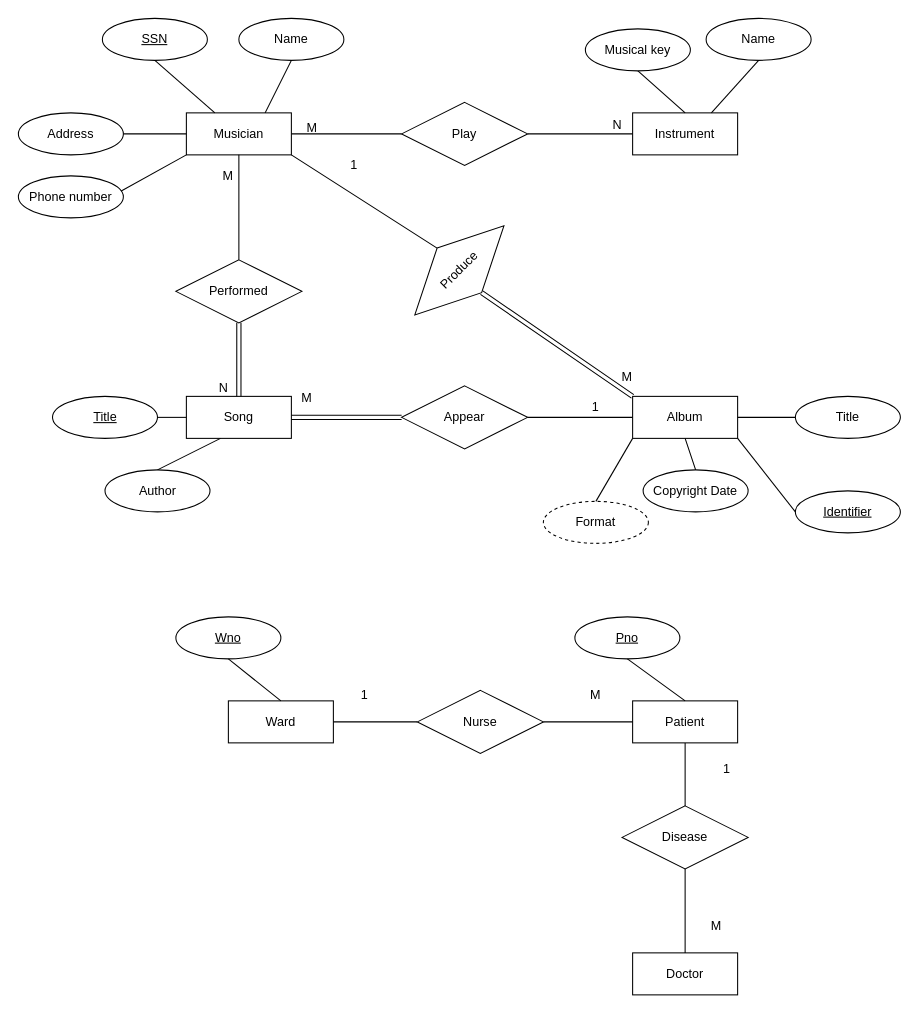
Before: Untitled Diagram.drawio in jaosn0412/SimpleColorGame, a draw.io diagram. Source tidied: cells renumbered, new cells numbered last; positions are measured from the earlier drawing's top-left corner, leaving out a move shared by most shapes. Both pictures are drawn from the tidied source at 105%, with x=0, y=0 at pixel (18, 18).
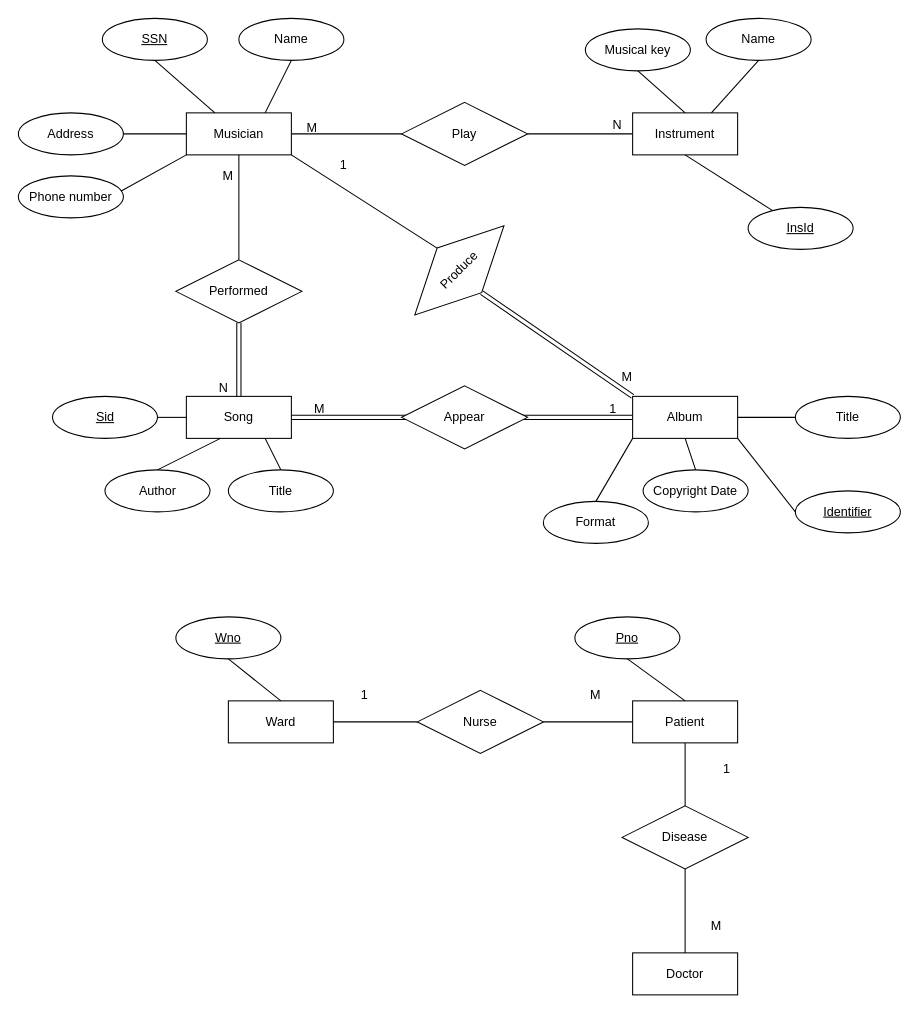
Above is the later version.

The change refers to these unchanged cells:
```xml
<mxCell id="27" value="Instrument" style="whiteSpace=wrap;html=1;align=center;" parent="1" vertex="1">
  <mxGeometry x="585" y="90" width="100" height="40" as="geometry" />
</mxCell>
<mxCell id="30" value="Album" style="whiteSpace=wrap;html=1;align=center;" parent="1" vertex="1">
  <mxGeometry x="585" y="360" width="100" height="40" as="geometry" />
</mxCell>
<mxCell id="39" value="Song" style="whiteSpace=wrap;html=1;align=center;" parent="1" vertex="1">
  <mxGeometry x="160" y="360" width="100" height="40" as="geometry" />
</mxCell>
```

What changed in the source:
```diff
@@
-    <mxCell id="37" value="Format" style="ellipse;whiteSpace=wrap;html=1;align=center;dashed=1;" parent="1" vertex="1">
-      <mxGeometry x="500" y="460" width="100" height="40" as="geometry" />
-    </mxCell>
-    <mxCell id="38" style="endArrow=none;html=1;exitX=0;exitY=1;exitDx=0;exitDy=0;entryX=0.5;entryY=0;entryDx=0;entryDy=0;" parent="1" edge="1" source="30" target="37">
-      <mxGeometry relative="1" as="geometry" />
+    <mxCell id="38" style="endArrow=none;html=1;exitX=0;exitY=1;exitDx=0;exitDy=0;entryX=0.5;entryY=0;entryDx=0;entryDy=0;" parent="1" edge="1" source="30">
+      <mxGeometry relative="1" as="geometry">
+        <mxPoint x="550" y="460" as="targetPoint" />
+      </mxGeometry>
     </mxCell>
@@
-    <mxCell id="40" value="Title" style="ellipse;whiteSpace=wrap;html=1;align=center;fontStyle=4;" parent="1" vertex="1">
+    <mxCell id="40" value="Sid" style="ellipse;whiteSpace=wrap;html=1;align=center;fontStyle=4;" parent="1" vertex="1">
       <mxGeometry x="32.5" y="360" width="100" height="40" as="geometry" />
     </mxCell>
@@
-    <mxCell id="47" value="Appear" style="shape=rhombus;perimeter=rhombusPerimeter;whiteSpace=wrap;html=1;align=center;" parent="1" vertex="1">
-      <mxGeometry x="365" y="350" width="120" height="60" as="geometry" />
-    </mxCell>
-    <mxCell id="48" value="1" style="text;html=1;strokeColor=none;fillColor=none;align=center;verticalAlign=middle;whiteSpace=wrap;rounded=0;" parent="1" vertex="1">
-      <mxGeometry x="530" y="360" width="40" height="20" as="geometry" />
-    </mxCell>
-    <mxCell id="49" style="endArrow=none;html=1;entryX=1;entryY=0.5;entryDx=0;entryDy=0;exitX=0;exitY=0.5;exitDx=0;exitDy=0;" parent="1" edge="1" source="30" target="47">
-      <mxGeometry relative="1" as="geometry" />
-    </mxCell>
@@
     <mxCell id="55" value="1" style="text;html=1;strokeColor=none;fillColor=none;align=center;verticalAlign=middle;whiteSpace=wrap;rounded=0;" parent="1" vertex="1">
-      <mxGeometry x="300" y="130" width="40" height="20" as="geometry" />
+      <mxGeometry x="290" y="130" width="40" height="20" as="geometry" />
     </mxCell>
@@
-    <mxCell id="61" style="shape=link;html=1;rounded=0;exitX=1;exitY=0.5;exitDx=0;exitDy=0;entryX=0;entryY=0.5;entryDx=0;entryDy=0;" parent="1" edge="1" source="39" target="47">
-      <mxGeometry relative="1" as="geometry" />
-    </mxCell>
-    <mxCell id="62" value="M" style="html=1;align=right;verticalAlign=bottom;" parent="61" vertex="1">
-      <mxGeometry x="1" relative="1" as="geometry">
-        <mxPoint x="-85" y="-10" as="offset" />
-      </mxGeometry>
-    </mxCell>
@@
+    <mxCell id="67" value="InsId" style="ellipse;whiteSpace=wrap;html=1;align=center;fontStyle=4;" parent="1" vertex="1">
+      <mxGeometry x="695" y="180" width="100" height="40" as="geometry" />
+    </mxCell>
+    <mxCell id="68" style="endArrow=none;html=1;entryX=0.5;entryY=1;entryDx=0;entryDy=0;" parent="1" edge="1" source="67" target="27">
+      <mxGeometry relative="1" as="geometry" />
+    </mxCell>
+    <mxCell id="37" value="Format" style="ellipse;whiteSpace=wrap;html=1;align=center;" parent="1" vertex="1">
+      <mxGeometry x="500" y="460" width="100" height="40" as="geometry" />
+    </mxCell>
+    <mxCell id="69" value="&lt;span&gt;Title&lt;/span&gt;" style="ellipse;whiteSpace=wrap;html=1;align=center;" parent="1" vertex="1">
+      <mxGeometry x="200" y="430" width="100" height="40" as="geometry" />
+    </mxCell>
+    <mxCell id="70" style="endArrow=none;html=1;exitX=0.75;exitY=1;exitDx=0;exitDy=0;entryX=0.5;entryY=0;entryDx=0;entryDy=0;" parent="1" edge="1" source="39" target="69">
+      <mxGeometry relative="1" as="geometry" />
+    </mxCell>
+    <mxCell id="71" style="shape=link;html=1;rounded=0;exitX=1;exitY=0.5;exitDx=0;exitDy=0;entryX=0;entryY=0.5;entryDx=0;entryDy=0;" parent="1" edge="1" source="39" target="30">
+      <mxGeometry relative="1" as="geometry" />
+    </mxCell>
+    <mxCell id="62" value="M" style="html=1;align=left;verticalAlign=bottom;" parent="71" vertex="1">
+      <mxGeometry x="-1" relative="1" as="geometry">
+        <mxPoint x="20" as="offset" />
+      </mxGeometry>
+    </mxCell>
+    <mxCell id="48" value="1" style="html=1;align=right;verticalAlign=bottom;" parent="71" vertex="1">
+      <mxGeometry x="1" relative="1" as="geometry">
+        <mxPoint x="-15" as="offset" />
+      </mxGeometry>
+    </mxCell>
+    <mxCell id="47" value="Appear" style="shape=rhombus;perimeter=rhombusPerimeter;whiteSpace=wrap;html=1;align=center;" parent="1" vertex="1">
+      <mxGeometry x="365" y="350" width="120" height="60" as="geometry" />
+    </mxCell>
```
